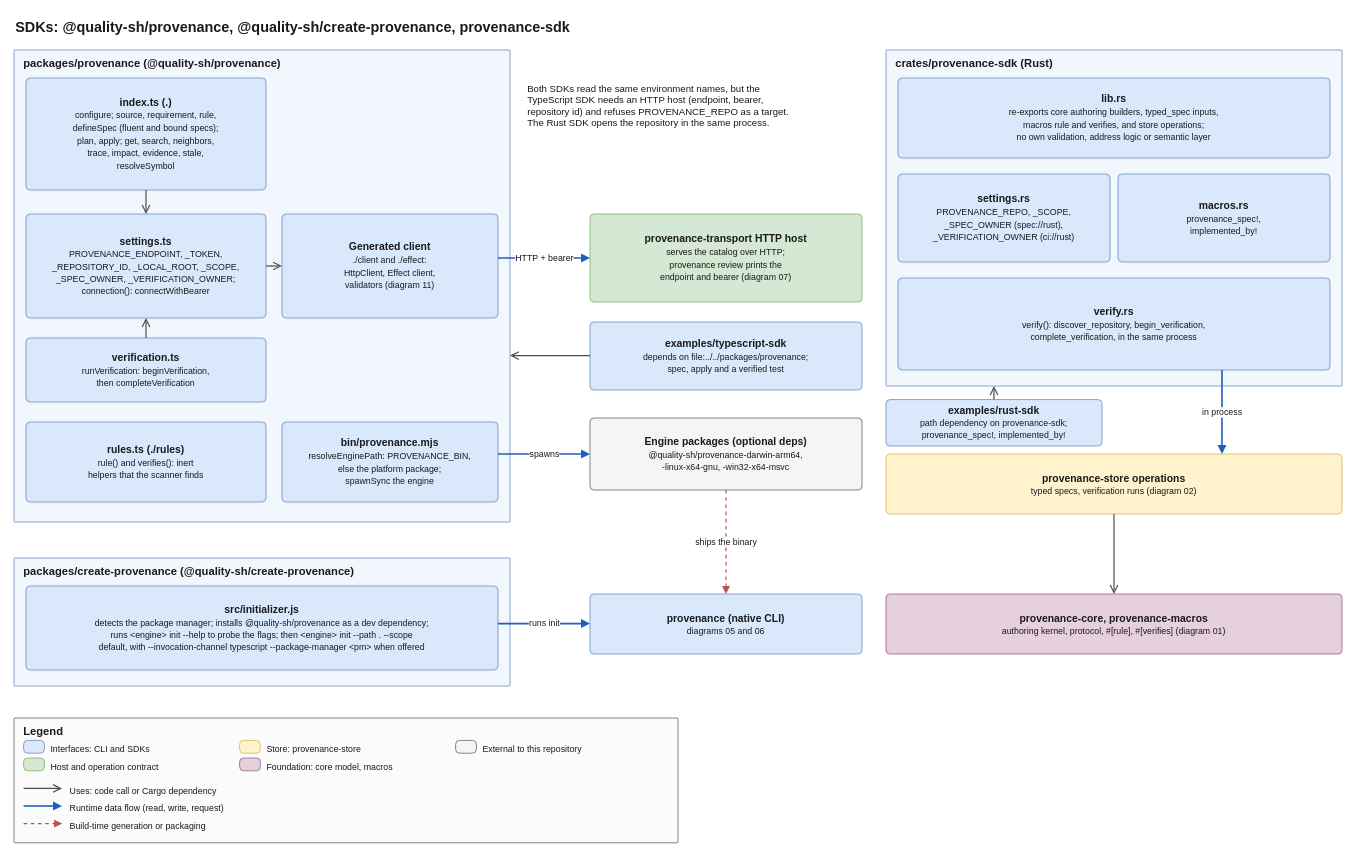
Earlier version of the draw.io diagram docs/architecture/diagrams/12-sdks.drawio (quality-sh/provenance). Source tidied: cells renumbered, new cells numbered last; positions are measured from the earlier drawing's top-left corner, leaving out a move shared by most shapes. Both pictures are drawn from the tidied source at 80%, with x=0, y=0 at pixel (14, 14).
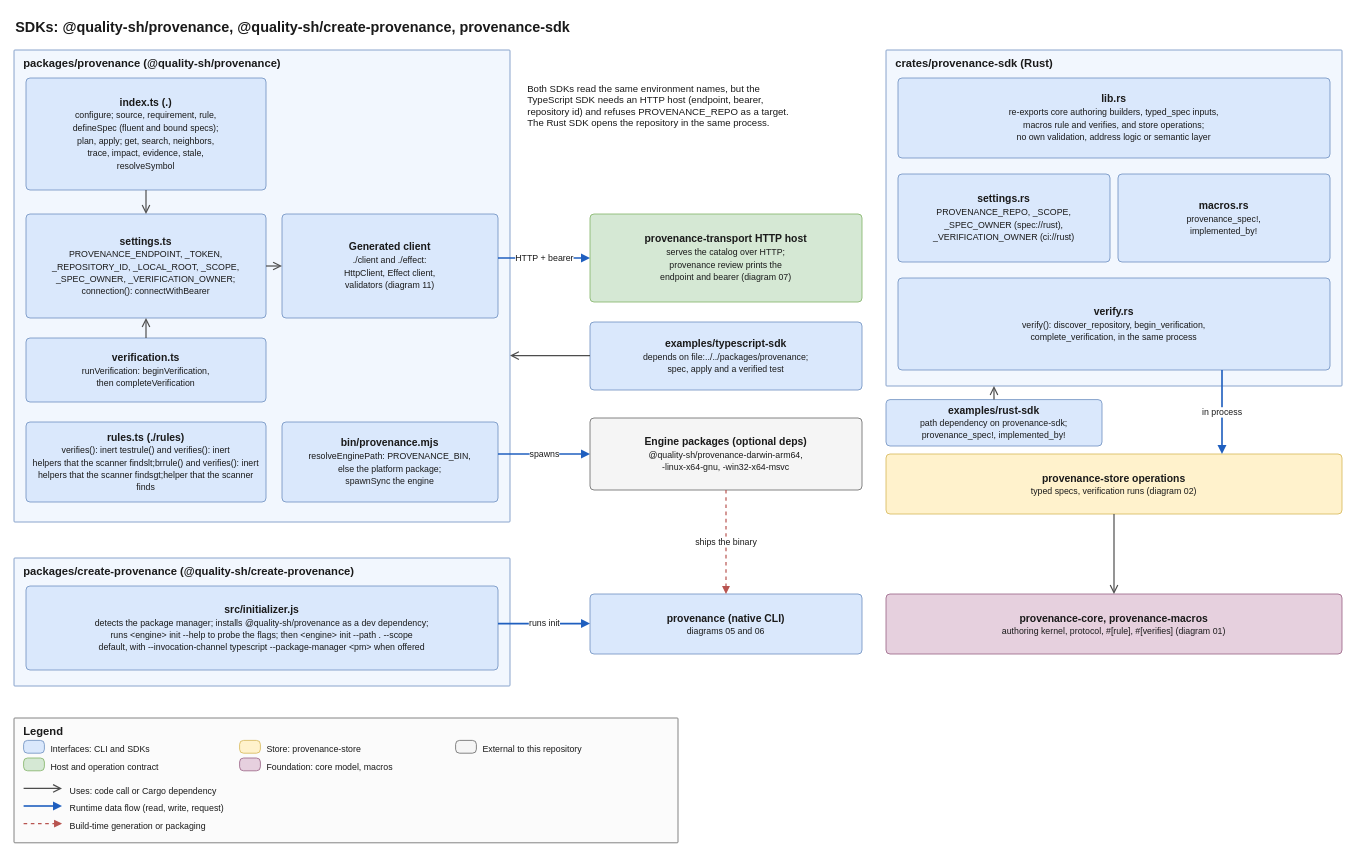
After the change.

The change refers to these unchanged cells:
```xml
<mxCell id="3" value="packages/provenance (@quality-sh/provenance)" style="rounded=1;arcSize=2;absoluteArcSize=1;whiteSpace=wrap;html=1;fillColor=#f2f7fe;strokeColor=#6c8ebf;verticalAlign=top;align=left;spacingLeft=10;spacingRight=10;spacingTop=2;fontStyle=1;fontSize=14;fontColor=#1a1a1a;" parent="1" vertex="1">
  <mxGeometry y="45" width="620" height="590" as="geometry" />
</mxCell>
```

What changed in the source:
```diff
@@
-    <mxCell id="7" value="&lt;b&gt;rules.ts (./rules)&lt;/b&gt;&lt;br&gt;&lt;font style=&quot;font-size:11px&quot;&gt;rule() and verifies(): inert&lt;br&gt;helpers that the scanner finds&lt;/font&gt;" style="rounded=1;arcSize=10;absoluteArcSize=1;whiteSpace=wrap;html=1;fillColor=#dae8fc;strokeColor=#6c8ebf;fontSize=13;fontColor=#1a1a1a;verticalAlign=middle;align=center;spacing=4;" parent="3" vertex="1">
+    <mxCell id="7" value="&lt;b&gt;rules.ts (./rules)&lt;/b&gt;&lt;br&gt;&lt;font style=&quot;font-size:11px&quot;&gt;verifies(): inert testrule() and verifies(): inert&lt;br&gt;helpers that the scanner findslt;brrule() and verifies(): inert&lt;br&gt;helpers that the scanner findsgt;helper that the scanner finds&lt;/font&gt;" style="rounded=1;arcSize=10;absoluteArcSize=1;whiteSpace=wrap;html=1;fillColor=#dae8fc;strokeColor=#6c8ebf;fontSize=13;fontColor=#1a1a1a;verticalAlign=middle;align=center;spacing=4;" parent="3" vertex="1">
       <mxGeometry x="15" y="465" width="300" height="100" as="geometry" />
     </mxCell>
```
